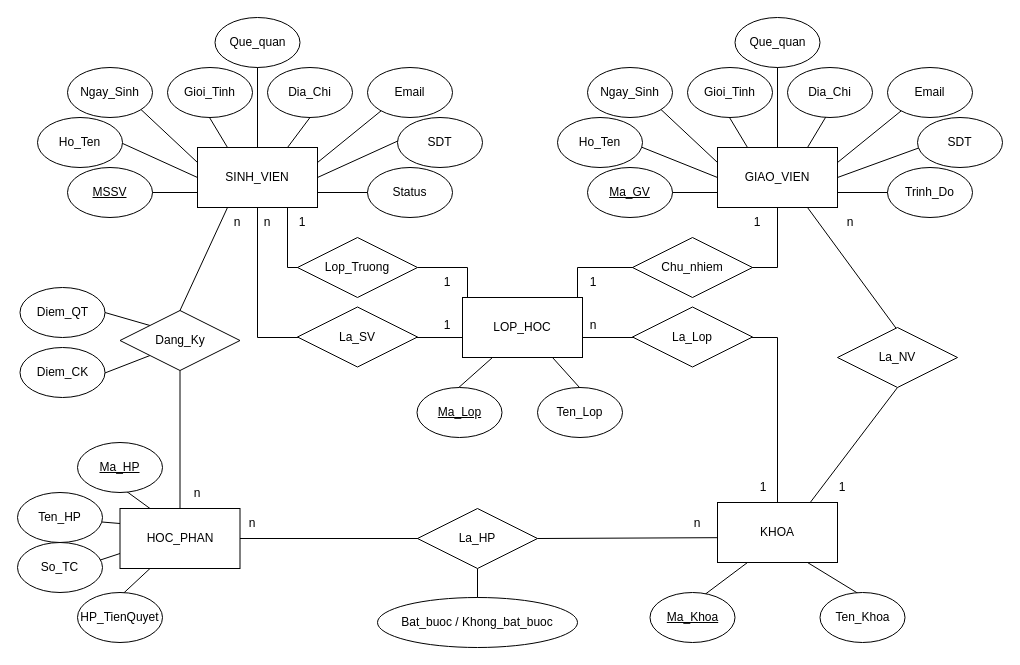
Above: Untitled Diagram.drawio in JosephD0310/Database (draw.io), before the change. Source tidied: cells renumbered, new cells numbered last; positions are measured from the earlier drawing's top-left corner, leaving out a move shared by most shapes. Both pictures are drawn from the tidied source at 100%, with x=0, y=0 at pixel (17, 17).
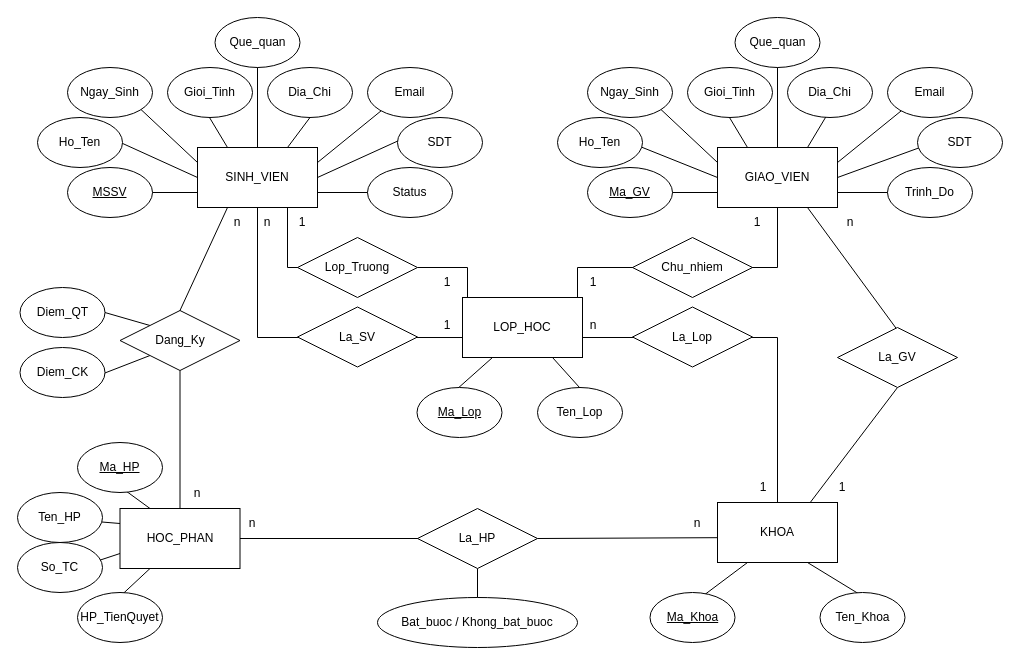
The same page after the edit.

What changed in the source:
```diff
@@
-    <mxCell id="67" value="La_NV" style="rhombus;whiteSpace=wrap;html=1;" parent="1" vertex="1">
+    <mxCell id="67" value="La_GV" style="rhombus;whiteSpace=wrap;html=1;" parent="1" vertex="1">
       <mxGeometry x="820" y="310" width="120" height="60" as="geometry" />
     </mxCell>
```
